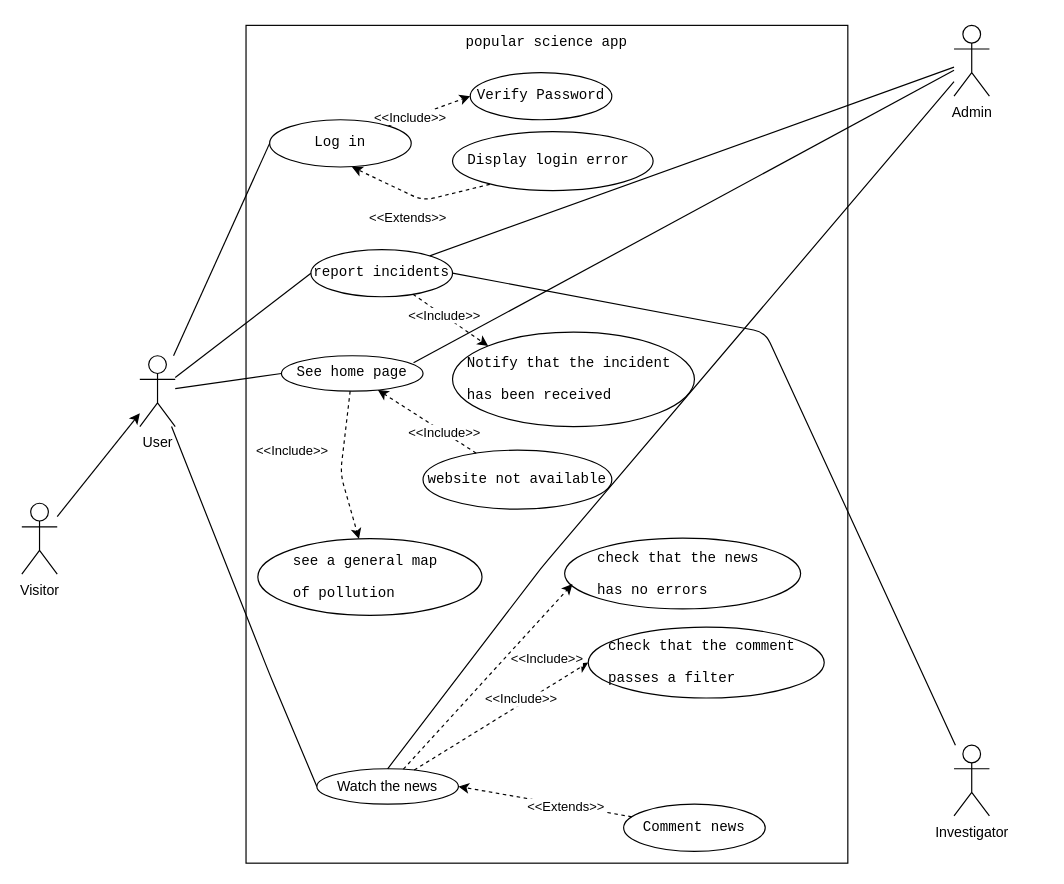
RogerPugaRuiz/DAWBIO-M12-PROJECT keeps this draw.io diagram as doc/use-case.drawio. Above is the earlier version. Source tidied: cells renumbered, new cells numbered last; positions are measured from the earlier drawing's top-left corner, leaving out a move shared by most shapes. Both pictures are drawn from the tidied source at 118%, with x=0, y=0 at pixel (21, 25).
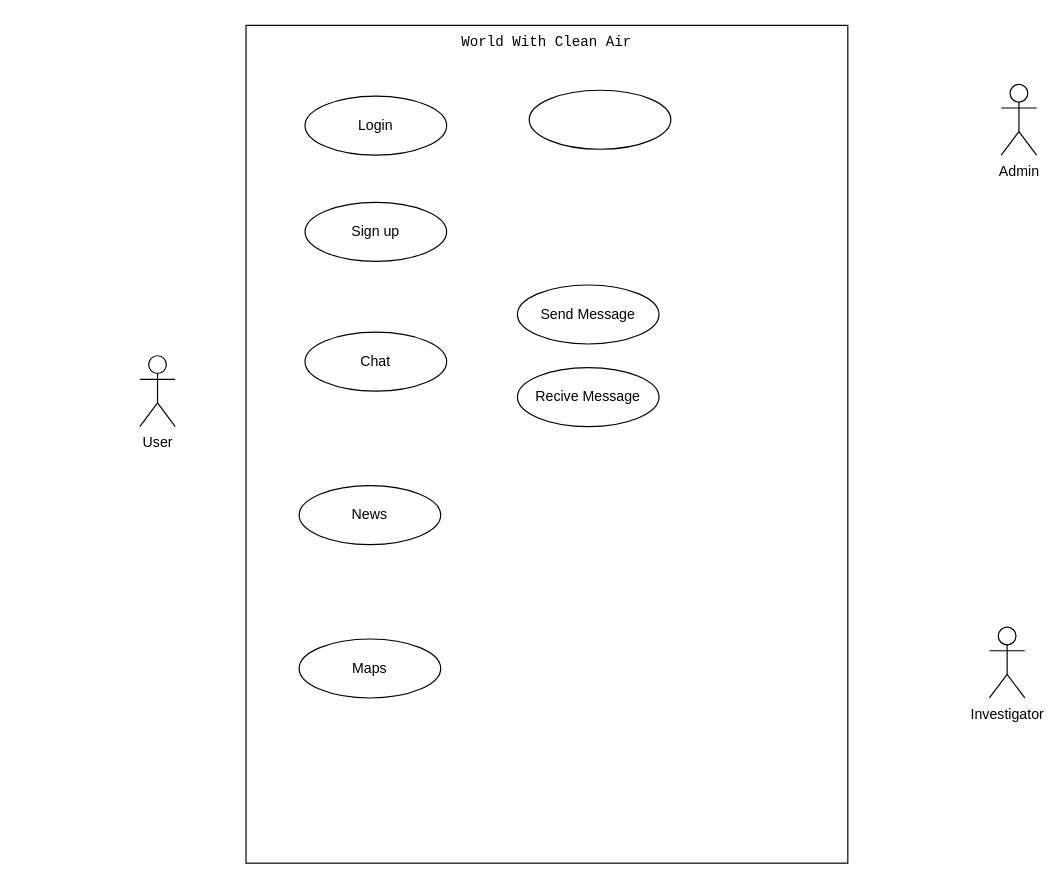
The same diagram, later.

The change refers to these unchanged cells:
```xml
<mxCell id="12" value="User" style="shape=umlActor;verticalLabelPosition=bottom;verticalAlign=top;html=1;outlineConnect=0;" parent="1" vertex="1">
  <mxGeometry x="100" y="280" width="30" height="60" as="geometry" />
</mxCell>
```

What changed in the source:
```diff
@@
-    <mxCell id="2" style="edgeStyle=none;html=1;endArrow=classic;endFill=1;" parent="1" edge="1" source="3" target="12">
-      <mxGeometry relative="1" as="geometry" />
-    </mxCell>
-    <mxCell id="3" value="Visitor" style="shape=umlActor;verticalLabelPosition=bottom;verticalAlign=top;html=1;outlineConnect=0;" parent="1" vertex="1">
-      <mxGeometry y="405" width="30" height="60" as="geometry" />
-    </mxCell>
-    <mxCell id="4" style="edgeStyle=none;html=1;entryX=0.933;entryY=0.2;entryDx=0;entryDy=0;entryPerimeter=0;endArrow=none;endFill=0;" parent="1" edge="1" source="7" target="24">
-      <mxGeometry relative="1" as="geometry" />
-    </mxCell>
-    <mxCell id="5" style="edgeStyle=none;html=1;entryX=0.5;entryY=0;entryDx=0;entryDy=0;endArrow=none;endFill=0;" parent="1" edge="1" source="7" target="21">
-      <mxGeometry relative="1" as="geometry">
-        <Array as="points">
-          <mxPoint x="440" y="460" />
-        </Array>
-      </mxGeometry>
-    </mxCell>
-    <mxCell id="6" style="edgeStyle=none;html=1;endArrow=none;endFill=0;" parent="1" edge="1" source="7" target="30">
-      <mxGeometry relative="1" as="geometry" />
-    </mxCell>
+    <mxCell id="13" style="rounded=0;whiteSpace=wrap;html=1;fillColor=default;" parent="1" vertex="1">
+      <mxGeometry x="190" width="510" height="710" as="geometry" />
+    </mxCell>
     <mxCell id="7" value="Admin" style="shape=umlActor;verticalLabelPosition=bottom;verticalAlign=top;html=1;outlineConnect=0;" parent="1" vertex="1">
-      <mxGeometry x="790" width="30" height="60" as="geometry" />
+      <mxGeometry x="830" y="50" width="30" height="60" as="geometry" />
     </mxCell>
-    <mxCell id="8" style="edgeStyle=none;html=1;entryX=0;entryY=0.5;entryDx=0;entryDy=0;endArrow=none;endFill=0;" parent="1" edge="1" source="12" target="24">
-      <mxGeometry relative="1" as="geometry" />
-    </mxCell>
-    <mxCell id="9" style="edgeStyle=none;html=1;entryX=0;entryY=0.5;entryDx=0;entryDy=0;endArrow=none;endFill=0;" parent="1" edge="1" source="12" target="21">
-      <mxGeometry relative="1" as="geometry">
-        <Array as="points">
-          <mxPoint x="210" y="550" />
-        </Array>
-      </mxGeometry>
-    </mxCell>
-    <mxCell id="10" style="edgeStyle=none;html=1;entryX=0;entryY=0.5;entryDx=0;entryDy=0;endArrow=none;endFill=0;" parent="1" edge="1" source="12" target="27">
-      <mxGeometry relative="1" as="geometry" />
-    </mxCell>
-    <mxCell id="11" style="edgeStyle=none;html=1;entryX=0;entryY=0.5;entryDx=0;entryDy=0;endArrow=none;endFill=0;" parent="1" edge="1" source="12" target="30">
-      <mxGeometry relative="1" as="geometry" />
-    </mxCell>
@@
-    <mxCell id="13" style="rounded=0;whiteSpace=wrap;html=1;fillColor=none;" parent="1" vertex="1">
-      <mxGeometry x="190" width="510" height="710" as="geometry" />
-    </mxCell>
-    <mxCell id="14" style="edgeStyle=none;html=1;entryX=1;entryY=0.5;entryDx=0;entryDy=0;endArrow=none;endFill=0;" parent="1" edge="1" source="15" target="30">
-      <mxGeometry relative="1" as="geometry">
-        <Array as="points">
-          <mxPoint x="630" y="260" />
-        </Array>
-      </mxGeometry>
-    </mxCell>
     <mxCell id="15" value="Investigator" style="shape=umlActor;verticalLabelPosition=bottom;verticalAlign=top;html=1;outlineConnect=0;" parent="1" vertex="1">
-      <mxGeometry x="790" y="610" width="30" height="60" as="geometry" />
+      <mxGeometry x="820" y="510" width="30" height="60" as="geometry" />
     </mxCell>
-    <mxCell id="16" value="&lt;pre class=&quot;tw-data-text tw-text-large tw-ta&quot; id=&quot;tw-target-text&quot; style=&quot;text-align: left&quot; dir=&quot;ltr&quot;&gt;&lt;span class=&quot;Y2IQFc&quot; lang=&quot;en&quot;&gt;popular science app&lt;/span&gt;&lt;/pre&gt;" style="text;html=1;strokeColor=none;fillColor=none;align=center;verticalAlign=middle;whiteSpace=wrap;rounded=0;" parent="1" vertex="1">
+    <mxCell id="16" value="&lt;pre class=&quot;tw-data-text tw-text-large tw-ta&quot; id=&quot;tw-target-text&quot; style=&quot;text-align: left&quot; dir=&quot;ltr&quot;&gt;World With Clean Air&lt;/pre&gt;" style="text;html=1;strokeColor=none;fillColor=none;align=center;verticalAlign=middle;whiteSpace=wrap;rounded=0;" parent="1" vertex="1">
       <mxGeometry x="355" width="180" height="30" as="geometry" />
     </mxCell>
-    <mxCell id="17" style="edgeStyle=none;html=1;entryX=0;entryY=0.5;entryDx=0;entryDy=0;dashed=1;endArrow=classic;endFill=1;" parent="1" edge="1" source="21" target="34">
-      <mxGeometry relative="1" as="geometry" />
+    <mxCell id="17" style="edgeStyle=none;html=1;entryX=0;entryY=0.5;entryDx=0;entryDy=0;dashed=1;endArrow=classic;endFill=1;" parent="1" edge="1">
+      <mxGeometry relative="1" as="geometry">
+        <mxPoint x="480" y="540" as="targetPoint" />
+      </mxGeometry>
     </mxCell>
@@
-    <mxCell id="19" style="edgeStyle=none;html=1;entryX=0.033;entryY=0.65;entryDx=0;entryDy=0;entryPerimeter=0;dashed=1;endArrow=classic;endFill=1;" parent="1" edge="1" source="21" target="35">
-      <mxGeometry relative="1" as="geometry" />
+    <mxCell id="19" style="edgeStyle=none;html=1;entryX=0.033;entryY=0.65;entryDx=0;entryDy=0;entryPerimeter=0;dashed=1;endArrow=classic;endFill=1;" parent="1" edge="1">
+      <mxGeometry relative="1" as="geometry">
+        <mxPoint x="466.6" y="473.5" as="targetPoint" />
+      </mxGeometry>
     </mxCell>
@@
-    <mxCell id="21" value="Watch the news" style="ellipse;whiteSpace=wrap;html=1;fillColor=none;" parent="1" vertex="1">
-      <mxGeometry x="250" y="630" width="120" height="30" as="geometry" />
-    </mxCell>
-    <mxCell id="22" style="edgeStyle=none;html=1;dashed=1;endArrow=classic;endFill=1;" parent="1" edge="1" source="24" target="36">
+    <mxCell id="22" style="edgeStyle=none;html=1;dashed=1;endArrow=classic;endFill=1;" parent="1" edge="1">
       <mxGeometry relative="1" as="geometry">
+        <mxPoint x="285.7" y="435.2" as="targetPoint" />
         <Array as="points">
           <mxPoint x="270" y="380" />
         </Array>
       </mxGeometry>
     </mxCell>
-    <mxCell id="23" value="&amp;lt;&amp;lt;Include&amp;gt;&amp;gt;" style="edgeLabel;html=1;align=center;verticalAlign=middle;" parent="22" vertex="1">
-      <mxGeometry x="-0.36" relative="1" as="geometry">
-        <mxPoint x="-45" y="10" as="offset" />
-      </mxGeometry>
-    </mxCell>
-    <mxCell id="24" value="&lt;div class=&quot;QmZWSe&quot;&gt;&lt;div class=&quot;DHcWmd&quot;&gt;&lt;/div&gt;&lt;/div&gt;&lt;div class=&quot;oSioSc&quot;&gt;&lt;div id=&quot;tw-target&quot;&gt;&lt;div id=&quot;kAz1tf&quot; class=&quot;g9WsWb&quot;&gt;&lt;div class=&quot;tw-ta-container F0azHf tw-nfl&quot; id=&quot;tw-target-text-container&quot; tabindex=&quot;0&quot;&gt;&lt;pre class=&quot;tw-data-text tw-text-large tw-ta&quot; id=&quot;tw-target-text&quot; style=&quot;text-align: left&quot; dir=&quot;ltr&quot;&gt;&lt;span class=&quot;Y2IQFc&quot; lang=&quot;en&quot;&gt;See home page&lt;/span&gt;&lt;/pre&gt;&lt;/div&gt;&lt;/div&gt;&lt;/div&gt;&lt;/div&gt;" style="ellipse;whiteSpace=wrap;html=1;fillColor=none;" parent="1" vertex="1">
-      <mxGeometry x="220" y="280" width="120" height="30" as="geometry" />
-    </mxCell>
-    <mxCell id="25" style="edgeStyle=none;html=1;entryX=0;entryY=0.5;entryDx=0;entryDy=0;dashed=1;endArrow=classic;endFill=1;" parent="1" edge="1" source="27" target="37">
-      <mxGeometry relative="1" as="geometry" />
-    </mxCell>
-    <mxCell id="26" value="&amp;lt;&amp;lt;Include&amp;gt;&amp;gt;" style="edgeLabel;html=1;align=center;verticalAlign=middle;" parent="25" vertex="1">
-      <mxGeometry x="-0.46" y="1" relative="1" as="geometry" />
-    </mxCell>
-    <mxCell id="27" value="&lt;div class=&quot;QmZWSe&quot;&gt;&lt;div class=&quot;DHcWmd&quot;&gt;&lt;/div&gt;&lt;/div&gt;&lt;div class=&quot;oSioSc&quot;&gt;&lt;div id=&quot;tw-target&quot;&gt;&lt;div id=&quot;kAz1tf&quot; class=&quot;g9WsWb&quot;&gt;&lt;div class=&quot;tw-ta-container F0azHf tw-nfl&quot; id=&quot;tw-target-text-container&quot; tabindex=&quot;0&quot;&gt;&lt;pre class=&quot;tw-data-text tw-text-large tw-ta&quot; id=&quot;tw-target-text&quot; style=&quot;text-align: left&quot; dir=&quot;ltr&quot;&gt;Log in&lt;/pre&gt;&lt;/div&gt;&lt;/div&gt;&lt;/div&gt;&lt;/div&gt;" style="ellipse;whiteSpace=wrap;html=1;fillColor=none;" parent="1" vertex="1">
-      <mxGeometry x="210" y="80" width="120" height="40" as="geometry" />
-    </mxCell>
-    <mxCell id="28" style="edgeStyle=none;html=1;entryX=0;entryY=0;entryDx=0;entryDy=0;dashed=1;endArrow=classic;endFill=1;" parent="1" edge="1" source="30" target="44">
-      <mxGeometry relative="1" as="geometry" />
-    </mxCell>
-    <mxCell id="29" value="&amp;lt;&amp;lt;Include&amp;gt;&amp;gt;" style="edgeLabel;html=1;align=center;verticalAlign=middle;" parent="28" vertex="1">
-      <mxGeometry x="-0.17" relative="1" as="geometry">
-        <mxPoint y="-1" as="offset" />
-      </mxGeometry>
-    </mxCell>
-    <mxCell id="30" value="&lt;div class=&quot;QmZWSe&quot;&gt;&lt;div class=&quot;DHcWmd&quot;&gt;&lt;/div&gt;&lt;/div&gt;&lt;div class=&quot;oSioSc&quot;&gt;&lt;div id=&quot;tw-target&quot;&gt;&lt;div id=&quot;kAz1tf&quot; class=&quot;g9WsWb&quot;&gt;&lt;div class=&quot;tw-ta-container F0azHf tw-nfl&quot; id=&quot;tw-target-text-container&quot; tabindex=&quot;0&quot;&gt;&lt;pre class=&quot;tw-data-text tw-text-large tw-ta&quot; id=&quot;tw-target-text&quot; style=&quot;text-align: left&quot; dir=&quot;ltr&quot;&gt;&lt;pre class=&quot;tw-data-text tw-text-large tw-ta&quot; id=&quot;tw-target-text&quot; dir=&quot;ltr&quot;&gt;report incidents&lt;br&gt;&lt;/pre&gt;&lt;div class=&quot;QmZWSe&quot;&gt;&lt;div class=&quot;DHcWmd&quot;&gt;&lt;/div&gt;&lt;/div&gt;&lt;/pre&gt;&lt;/div&gt;&lt;/div&gt;&lt;/div&gt;&lt;/div&gt;" style="ellipse;whiteSpace=wrap;html=1;fillColor=none;" parent="1" vertex="1">
-      <mxGeometry x="245" y="190" width="120" height="40" as="geometry" />
-    </mxCell>
-    <mxCell id="31" style="edgeStyle=none;html=1;entryX=1;entryY=0.5;entryDx=0;entryDy=0;endArrow=classic;endFill=1;dashed=1;" parent="1" edge="1" source="33" target="21">
-      <mxGeometry relative="1" as="geometry" />
+    <mxCell id="31" style="edgeStyle=none;html=1;entryX=1;entryY=0.5;entryDx=0;entryDy=0;endArrow=classic;endFill=1;dashed=1;" parent="1" edge="1">
+      <mxGeometry relative="1" as="geometry">
+        <mxPoint x="370" y="645" as="targetPoint" />
+      </mxGeometry>
     </mxCell>
-    <mxCell id="32" value="&amp;lt;&amp;lt;Extends&amp;gt;&amp;gt;" style="edgeLabel;html=1;align=center;verticalAlign=middle;" parent="31" vertex="1">
-      <mxGeometry x="-0.24" y="1" relative="1" as="geometry" />
-    </mxCell>
-    <mxCell id="33" value="&lt;div class=&quot;QmZWSe&quot;&gt;&lt;div class=&quot;DHcWmd&quot;&gt;&lt;/div&gt;&lt;/div&gt;&lt;div class=&quot;oSioSc&quot;&gt;&lt;div id=&quot;tw-target&quot;&gt;&lt;div id=&quot;kAz1tf&quot; class=&quot;g9WsWb&quot;&gt;&lt;div class=&quot;tw-ta-container F0azHf tw-nfl&quot; id=&quot;tw-target-text-container&quot; tabindex=&quot;0&quot;&gt;&lt;pre class=&quot;tw-data-text tw-text-large tw-ta&quot; id=&quot;tw-target-text&quot; style=&quot;text-align: left&quot; dir=&quot;ltr&quot;&gt;&lt;pre class=&quot;tw-data-text tw-text-large tw-ta&quot; id=&quot;tw-target-text&quot; dir=&quot;ltr&quot;&gt;&lt;span class=&quot;Y2IQFc&quot; lang=&quot;en&quot;&gt;Comment news&lt;/span&gt;&lt;/pre&gt;&lt;/pre&gt;&lt;/div&gt;&lt;/div&gt;&lt;/div&gt;&lt;/div&gt;" style="ellipse;whiteSpace=wrap;html=1;fillColor=none;" parent="1" vertex="1">
-      <mxGeometry x="510" y="660" width="120" height="40" as="geometry" />
-    </mxCell>
-    <mxCell id="34" value="&lt;pre class=&quot;tw-data-text tw-text-large tw-ta&quot; id=&quot;tw-target-text&quot; style=&quot;text-align: left&quot; dir=&quot;ltr&quot;&gt;&lt;span class=&quot;Y2IQFc&quot; lang=&quot;en&quot;&gt;check that the comment &lt;/span&gt;&lt;/pre&gt;&lt;pre class=&quot;tw-data-text tw-text-large tw-ta&quot; id=&quot;tw-target-text&quot; style=&quot;text-align: left&quot; dir=&quot;ltr&quot;&gt;passes a filter&lt;/pre&gt;" style="ellipse;whiteSpace=wrap;html=1;fillColor=none;" parent="1" vertex="1">
-      <mxGeometry x="480" y="510" width="200" height="60" as="geometry" />
-    </mxCell>
-    <mxCell id="35" value="&lt;pre class=&quot;tw-data-text tw-text-large tw-ta&quot; id=&quot;tw-target-text&quot; dir=&quot;ltr&quot;&gt;&lt;div class=&quot;QmZWSe&quot;&gt;&lt;div class=&quot;DHcWmd&quot;&gt;&lt;/div&gt;&lt;/div&gt;&lt;div class=&quot;oSioSc&quot;&gt;&lt;div id=&quot;tw-target&quot;&gt;&lt;div id=&quot;kAz1tf&quot; class=&quot;g9WsWb&quot;&gt;&lt;div class=&quot;tw-ta-container F0azHf tw-nfl&quot; id=&quot;tw-target-text-container&quot; tabindex=&quot;0&quot;&gt;&lt;pre class=&quot;tw-data-text tw-text-large tw-ta&quot; id=&quot;tw-target-text&quot; dir=&quot;ltr&quot; style=&quot;text-align: right&quot;&gt;&lt;span class=&quot;Y2IQFc&quot; lang=&quot;en&quot;&gt;check that the news &lt;/span&gt;&lt;/pre&gt;&lt;pre class=&quot;tw-data-text tw-text-large tw-ta&quot; id=&quot;tw-target-text&quot; dir=&quot;ltr&quot; style=&quot;text-align: left&quot;&gt;&lt;span class=&quot;Y2IQFc&quot; lang=&quot;en&quot;&gt;has no errors&lt;/span&gt;&lt;/pre&gt;&lt;/div&gt;&lt;div class=&quot;tw-target-rmn tw-ta-container F0azHf tw-nfl&quot; id=&quot;tw-target-rmn-container&quot;&gt;&lt;pre class=&quot;tw-data-placeholder tw-text-small tw-ta&quot; id=&quot;tw-target-rmn&quot; dir=&quot;ltr&quot;&gt;&lt;span class=&quot;Y2IQFc&quot;&gt;&lt;/span&gt;&lt;/pre&gt;&lt;/div&gt;&lt;/div&gt;&lt;/div&gt;&lt;/div&gt;&lt;/pre&gt;" style="ellipse;whiteSpace=wrap;html=1;fillColor=none;" parent="1" vertex="1">
-      <mxGeometry x="460" y="434.5" width="200" height="60" as="geometry" />
-    </mxCell>
-    <mxCell id="36" value="&lt;div class=&quot;QmZWSe&quot;&gt;&lt;div class=&quot;DHcWmd&quot;&gt;&lt;/div&gt;&lt;/div&gt;&lt;div class=&quot;oSioSc&quot;&gt;&lt;div id=&quot;tw-target&quot;&gt;&lt;div id=&quot;kAz1tf&quot; class=&quot;g9WsWb&quot;&gt;&lt;div class=&quot;tw-ta-container F0azHf tw-nfl&quot; id=&quot;tw-target-text-container&quot; tabindex=&quot;0&quot;&gt;&lt;pre class=&quot;tw-data-text tw-text-large tw-ta&quot; id=&quot;tw-target-text&quot; style=&quot;text-align: left&quot; dir=&quot;ltr&quot;&gt;see a general map &lt;/pre&gt;&lt;pre class=&quot;tw-data-text tw-text-large tw-ta&quot; id=&quot;tw-target-text&quot; style=&quot;text-align: left&quot; dir=&quot;ltr&quot;&gt;of pollution&lt;br&gt;&lt;/pre&gt;&lt;/div&gt;&lt;/div&gt;&lt;/div&gt;&lt;/div&gt;" style="ellipse;whiteSpace=wrap;html=1;fillColor=none;" parent="1" vertex="1">
-      <mxGeometry x="200" y="435" width="190" height="65" as="geometry" />
-    </mxCell>
-    <mxCell id="37" value="&lt;div class=&quot;QmZWSe&quot;&gt;&lt;div class=&quot;DHcWmd&quot;&gt;&lt;/div&gt;&lt;/div&gt;&lt;div class=&quot;oSioSc&quot;&gt;&lt;div id=&quot;tw-target&quot;&gt;&lt;div id=&quot;kAz1tf&quot; class=&quot;g9WsWb&quot;&gt;&lt;div class=&quot;tw-ta-container F0azHf tw-nfl&quot; id=&quot;tw-target-text-container&quot; tabindex=&quot;0&quot;&gt;&lt;pre class=&quot;tw-data-text tw-text-large tw-ta&quot; id=&quot;tw-target-text&quot; style=&quot;text-align: left&quot; dir=&quot;ltr&quot;&gt;Verify Password&lt;/pre&gt;&lt;/div&gt;&lt;/div&gt;&lt;/div&gt;&lt;/div&gt;" style="ellipse;whiteSpace=wrap;html=1;fillColor=none;" parent="1" vertex="1">
-      <mxGeometry x="380" y="40" width="120" height="40" as="geometry" />
-    </mxCell>
-    <mxCell id="38" style="edgeStyle=none;html=1;entryX=0.582;entryY=1.034;entryDx=0;entryDy=0;entryPerimeter=0;dashed=1;endArrow=classic;endFill=1;exitX=0.186;exitY=0.894;exitDx=0;exitDy=0;exitPerimeter=0;" parent="1" edge="1" source="40">
-      <mxGeometry relative="1" as="geometry">
-        <mxPoint x="279.8" y="120" as="targetPoint" />
-        <Array as="points">
-          <mxPoint x="340" y="148.6" />
-        </Array>
-      </mxGeometry>
-    </mxCell>
-    <mxCell id="39" value="&amp;lt;&amp;lt;Extends&amp;gt;&amp;gt;" style="edgeLabel;html=1;align=center;verticalAlign=middle;" parent="38" vertex="1">
-      <mxGeometry x="-0.49" y="1" relative="1" as="geometry">
-        <mxPoint x="-39" y="19" as="offset" />
-      </mxGeometry>
-    </mxCell>
-    <mxCell id="40" value="&lt;div class=&quot;QmZWSe&quot;&gt;&lt;div class=&quot;DHcWmd&quot;&gt;&lt;/div&gt;&lt;/div&gt;&lt;div class=&quot;oSioSc&quot;&gt;&lt;div id=&quot;tw-target&quot;&gt;&lt;div id=&quot;kAz1tf&quot; class=&quot;g9WsWb&quot;&gt;&lt;div class=&quot;tw-ta-container F0azHf tw-nfl&quot; id=&quot;tw-target-text-container&quot; tabindex=&quot;0&quot;&gt;&lt;pre class=&quot;tw-data-text tw-text-large tw-ta&quot; id=&quot;tw-target-text&quot; style=&quot;text-align: left&quot; dir=&quot;ltr&quot;&gt;Display login error &lt;/pre&gt;&lt;/div&gt;&lt;/div&gt;&lt;/div&gt;&lt;/div&gt;" style="ellipse;whiteSpace=wrap;html=1;fillColor=none;" parent="1" vertex="1">
-      <mxGeometry x="365" y="90" width="170" height="50" as="geometry" />
-    </mxCell>
-    <mxCell id="41" style="edgeStyle=none;html=1;dashed=1;endArrow=classic;endFill=1;" parent="1" edge="1" source="43" target="24">
-      <mxGeometry relative="1" as="geometry" />
+    <mxCell id="41" style="edgeStyle=none;html=1;dashed=1;endArrow=classic;endFill=1;" parent="1" edge="1">
+      <mxGeometry relative="1" as="geometry">
+        <mxPoint x="301.7" y="309" as="targetPoint" />
+      </mxGeometry>
     </mxCell>
@@
-    <mxCell id="43" value="&lt;div class=&quot;QmZWSe&quot;&gt;&lt;div class=&quot;DHcWmd&quot;&gt;&lt;/div&gt;&lt;/div&gt;&lt;div class=&quot;oSioSc&quot;&gt;&lt;div id=&quot;tw-target&quot;&gt;&lt;div id=&quot;kAz1tf&quot; class=&quot;g9WsWb&quot;&gt;&lt;div class=&quot;tw-ta-container F0azHf tw-nfl&quot; id=&quot;tw-target-text-container&quot; tabindex=&quot;0&quot;&gt;&lt;pre class=&quot;tw-data-text tw-text-large tw-ta&quot; id=&quot;tw-target-text&quot; style=&quot;text-align: left&quot; dir=&quot;ltr&quot;&gt;&lt;div class=&quot;QmZWSe&quot;&gt;&lt;div class=&quot;DHcWmd&quot;&gt;&lt;/div&gt;&lt;/div&gt;&lt;div class=&quot;oSioSc&quot;&gt;&lt;div id=&quot;tw-target&quot;&gt;&lt;div id=&quot;kAz1tf&quot; class=&quot;g9WsWb&quot;&gt;&lt;div class=&quot;tw-ta-container F0azHf tw-nfl&quot; id=&quot;tw-target-text-container&quot; tabindex=&quot;0&quot;&gt;&lt;pre class=&quot;tw-data-text tw-text-large tw-ta&quot; id=&quot;tw-target-text&quot; dir=&quot;ltr&quot;&gt;&lt;span class=&quot;Y2IQFc&quot; lang=&quot;en&quot;&gt;website not available&lt;/span&gt;&lt;/pre&gt;&lt;/div&gt;&lt;/div&gt;&lt;/div&gt;&lt;/div&gt;&lt;/pre&gt;&lt;/div&gt;&lt;/div&gt;&lt;/div&gt;&lt;/div&gt;" style="ellipse;whiteSpace=wrap;html=1;fillColor=none;" parent="1" vertex="1">
-      <mxGeometry x="340" y="360" width="160" height="50" as="geometry" />
-    </mxCell>
-    <mxCell id="44" value="&lt;div class=&quot;QmZWSe&quot;&gt;&lt;div class=&quot;DHcWmd&quot;&gt;&lt;/div&gt;&lt;/div&gt;&lt;div class=&quot;oSioSc&quot;&gt;&lt;div id=&quot;tw-target&quot;&gt;&lt;div id=&quot;kAz1tf&quot; class=&quot;g9WsWb&quot;&gt;&lt;div class=&quot;tw-ta-container F0azHf tw-nfl&quot; id=&quot;tw-target-text-container&quot; tabindex=&quot;0&quot;&gt;&lt;pre class=&quot;tw-data-text tw-text-large tw-ta&quot; id=&quot;tw-target-text&quot; style=&quot;text-align: left&quot; dir=&quot;ltr&quot;&gt;&lt;pre class=&quot;tw-data-text tw-text-large tw-ta&quot; id=&quot;tw-target-text&quot; dir=&quot;ltr&quot;&gt;&lt;pre class=&quot;tw-data-text tw-text-large tw-ta&quot; id=&quot;tw-target-text&quot; dir=&quot;ltr&quot;&gt;&lt;span class=&quot;Y2IQFc&quot; lang=&quot;en&quot;&gt;Notify that the incident &lt;/span&gt;&lt;/pre&gt;&lt;pre class=&quot;tw-data-text tw-text-large tw-ta&quot; id=&quot;tw-target-text&quot; dir=&quot;ltr&quot;&gt;&lt;span class=&quot;Y2IQFc&quot; lang=&quot;en&quot;&gt;has been received&lt;/span&gt;&lt;/pre&gt;&lt;/pre&gt;&lt;div class=&quot;QmZWSe&quot;&gt;&lt;div class=&quot;DHcWmd&quot;&gt;&lt;/div&gt;&lt;/div&gt;&lt;/pre&gt;&lt;/div&gt;&lt;/div&gt;&lt;/div&gt;&lt;/div&gt;" style="ellipse;whiteSpace=wrap;html=1;fillColor=none;" parent="1" vertex="1">
-      <mxGeometry x="365" y="260" width="205" height="80" as="geometry" />
-    </mxCell>
+    <mxCell id="45" value="Login" style="ellipse;whiteSpace=wrap;html=1;fillColor=default;" parent="1" vertex="1">
+      <mxGeometry x="240" y="60" width="120" height="50" as="geometry" />
+    </mxCell>
+    <mxCell id="46" value="News" style="ellipse;whiteSpace=wrap;html=1;fillColor=default;" parent="1" vertex="1">
+      <mxGeometry x="235" y="390" width="120" height="50" as="geometry" />
+    </mxCell>
+    <mxCell id="47" value="Maps" style="ellipse;whiteSpace=wrap;html=1;fillColor=default;" parent="1" vertex="1">
+      <mxGeometry x="235" y="520" width="120" height="50" as="geometry" />
+    </mxCell>
+    <mxCell id="48" value="Send Message" style="ellipse;whiteSpace=wrap;html=1;fillColor=default;" parent="1" vertex="1">
+      <mxGeometry x="420" y="220" width="120" height="50" as="geometry" />
+    </mxCell>
+    <mxCell id="49" value="Recive Message" style="ellipse;whiteSpace=wrap;html=1;fillColor=default;" parent="1" vertex="1">
+      <mxGeometry x="420" y="290" width="120" height="50" as="geometry" />
+    </mxCell>
+    <mxCell id="50" value="Chat" style="ellipse;whiteSpace=wrap;html=1;fillColor=default;" parent="1" vertex="1">
+      <mxGeometry x="240" y="260" width="120" height="50" as="geometry" />
+    </mxCell>
+    <mxCell id="51" style="ellipse;whiteSpace=wrap;html=1;fillColor=default;" parent="1" vertex="1">
+      <mxGeometry x="430" y="55" width="120" height="50" as="geometry" />
+    </mxCell>
+    <mxCell id="52" value="Sign up" style="ellipse;whiteSpace=wrap;html=1;fillColor=default;" parent="1" vertex="1">
+      <mxGeometry x="240" y="150" width="120" height="50" as="geometry" />
+    </mxCell>
```
